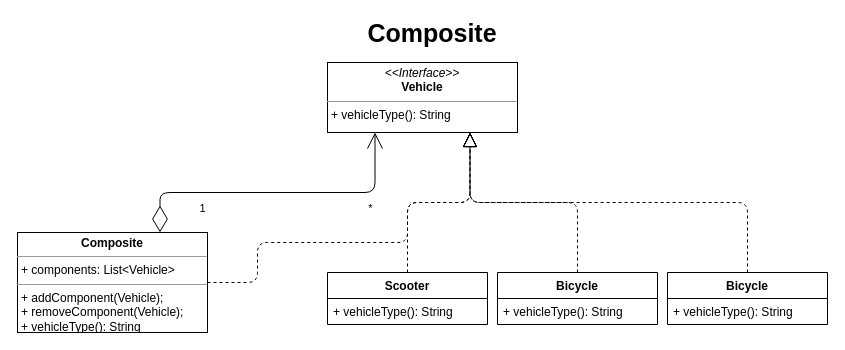
The draw.io diagram page "Composite" (3 of 7) of patterns/structural.drawio in antariuz/uml, before the edit. Source tidied: cells renumbered, new cells numbered last; positions are measured from the earlier drawing's top-left corner, leaving out a move shared by most shapes. Both pictures are drawn from the tidied source at 100%, with x=0, y=0 at pixel (17, 22).
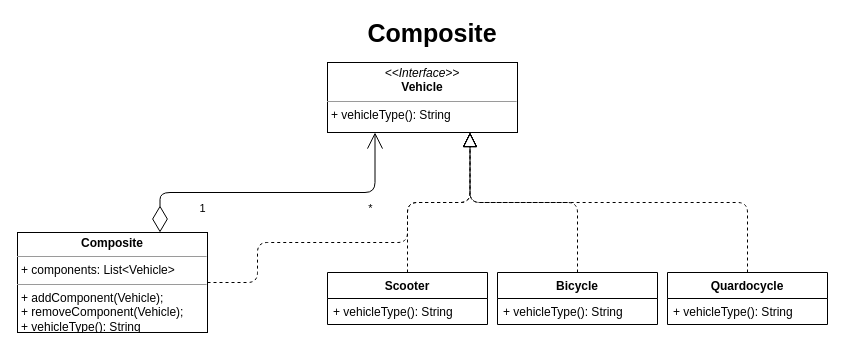
Above is the later version.

Diff of the diagram source:
```diff
@@
-    <mxCell id="15" value="Bicycle" style="swimlane;fontStyle=1;align=center;verticalAlign=top;horizontal=1;startSize=26;" parent="1" vertex="1">
+    <mxCell id="15" value="Quardocycle" style="swimlane;fontStyle=1;align=center;verticalAlign=top;horizontal=1;startSize=26;" parent="1" vertex="1">
       <mxGeometry x="650" y="250" width="160" height="52" as="geometry" />
     </mxCell>
```
